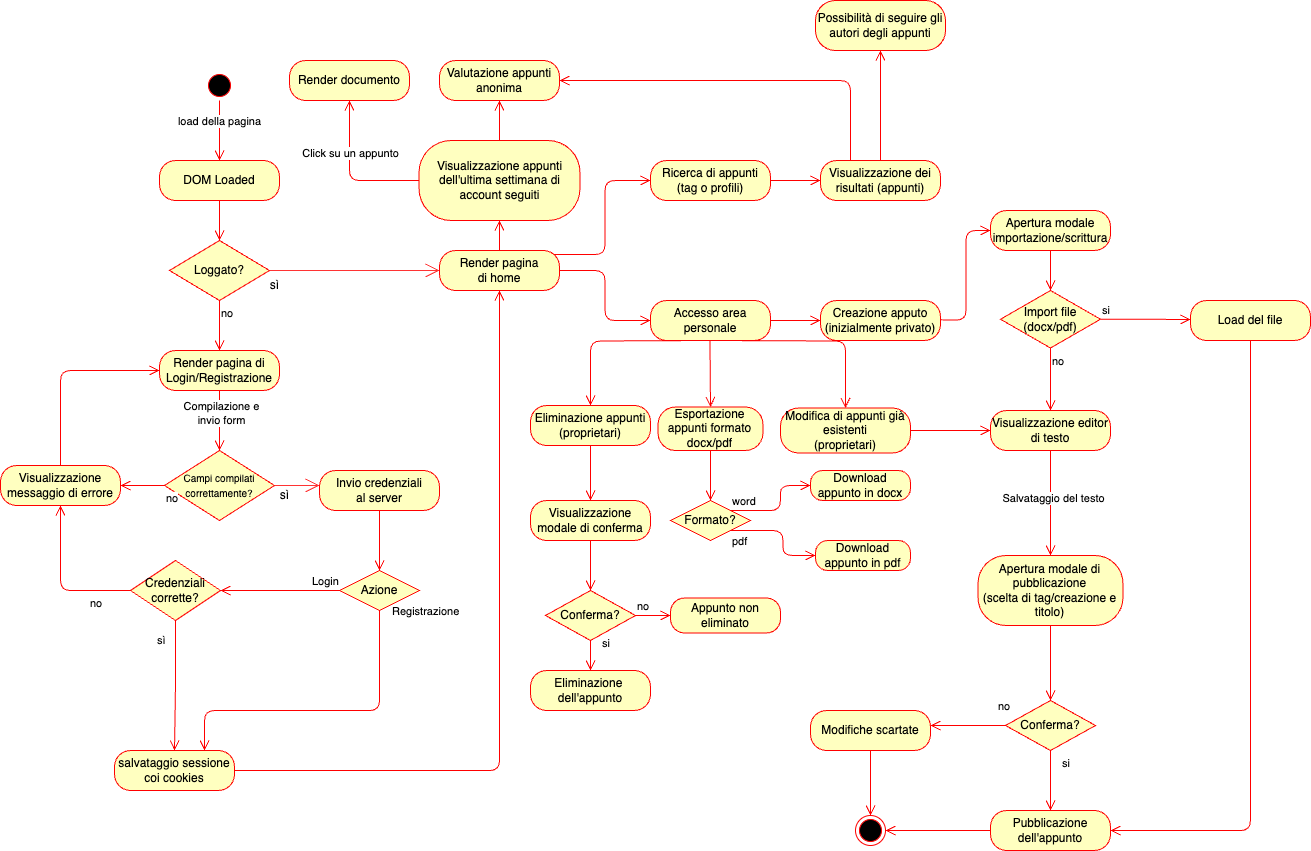
The draw.io diagram assets/schemas/diagrams/SchemaStato.drawio.png in AngeloRipamonti/5C_RipamontiAvvedutoKotisCinquetti_PortaleAppunti, before a commit. Source tidied: cells renumbered, new cells last; positions are measured from the earlier drawing's top-left corner, leaving out a move shared by most shapes.
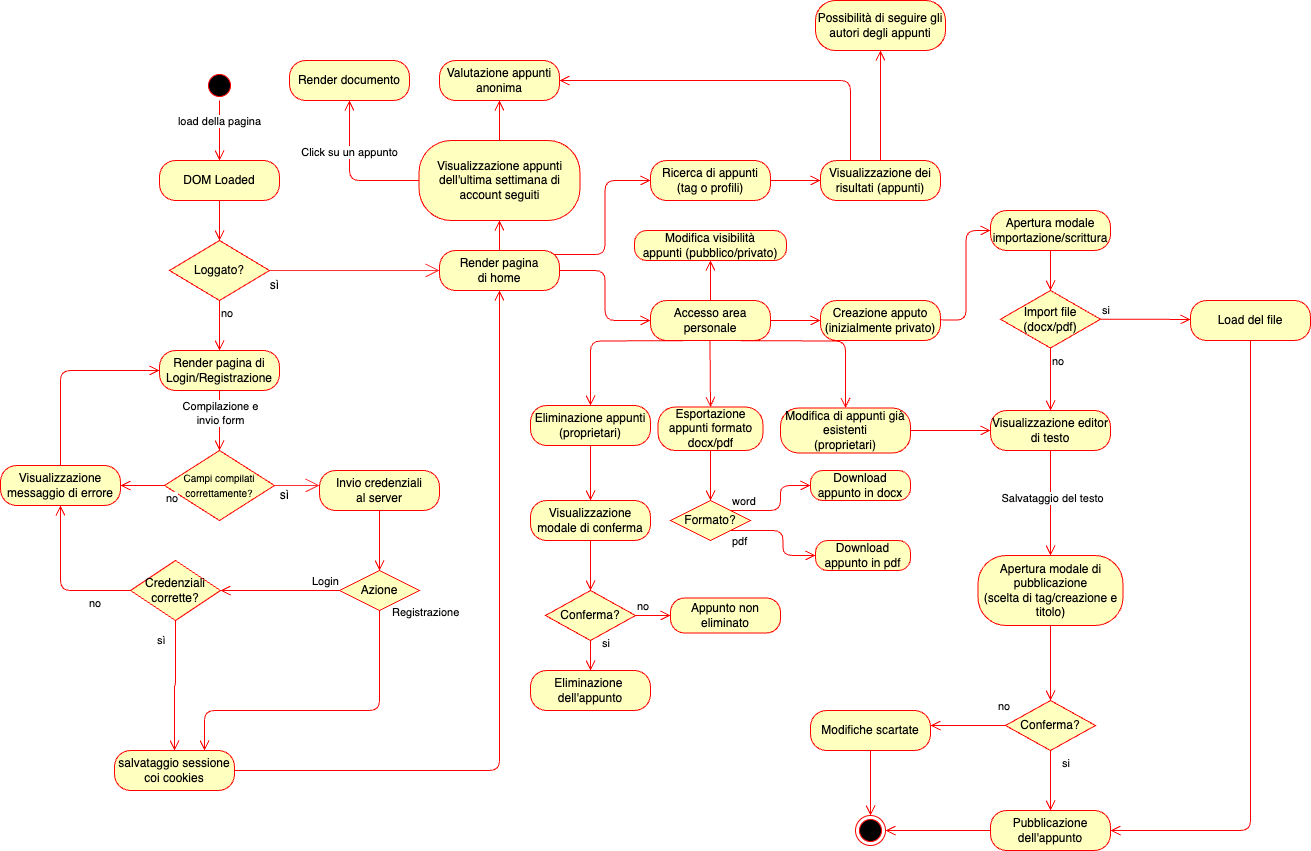
Above is the later version.

Commit message:
state and use case diagrams completed

The edit, as a diff of the source:
```diff
@@ -317,5 +317,11 @@
     <mxCell id="89" value="Click su un appunto" style="edgeLabel;html=1;align=center;verticalAlign=middle;" parent="88" vertex="1">
       <mxGeometry x="0.31" relative="1" as="geometry" />
     </mxCell>
+    <mxCell id="90" value="Modifica visibilità&lt;div&gt;appunti (pubblico/privato)&lt;/div&gt;" style="rounded=1;whiteSpace=wrap;html=1;arcSize=40;fontColor=#000000;fillColor=#ffffc0;strokeColor=#ff0000;" parent="1" vertex="1">
+      <mxGeometry x="634" y="230" width="152" height="30" as="geometry" />
+    </mxCell>
+    <mxCell id="91" style="edgeStyle=orthogonalEdgeStyle;html=1;verticalAlign=bottom;endArrow=open;endSize=8;strokeColor=#ff0000;entryX=0.5;entryY=1;entryDx=0;entryDy=0;exitX=0.5;exitY=0;exitDx=0;exitDy=0;" parent="1" edge="1" source="41" target="90">
+      <mxGeometry relative="1" as="geometry" />
+    </mxCell>
   </root>
 </mxGraphModel>
```
